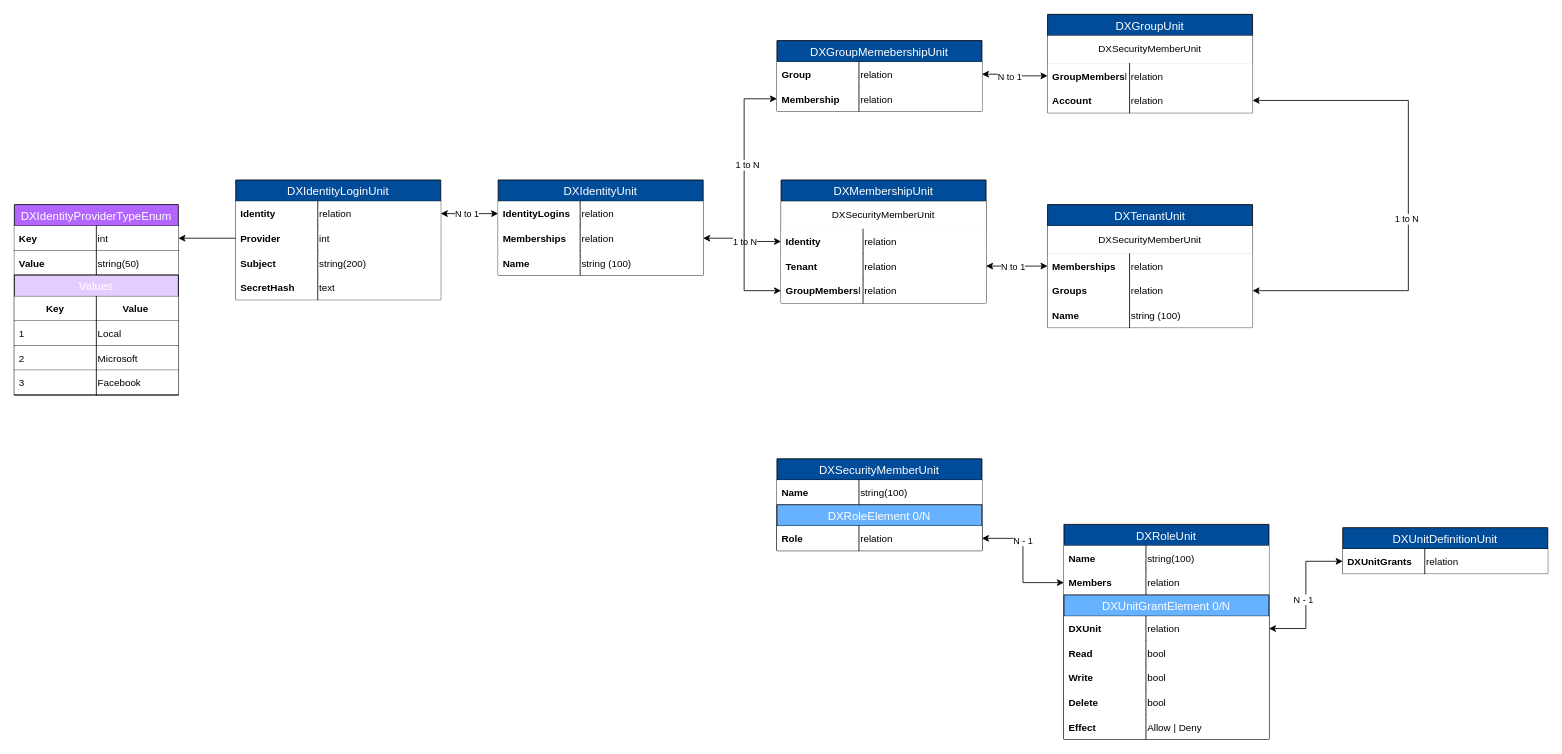
IgnisVitalis/IV.DX keeps this draw.io diagram as page "Page-1" (1 of 2) of diagrams/DXUserDataStructure.drawio. Above is the earlier version. Source tidied: cells renumbered, new cells numbered last; positions are measured from the earlier drawing's top-left corner, leaving out a move shared by most shapes. Both pictures are drawn from the tidied source at 82%, with x=0, y=0 at pixel (14, 14).
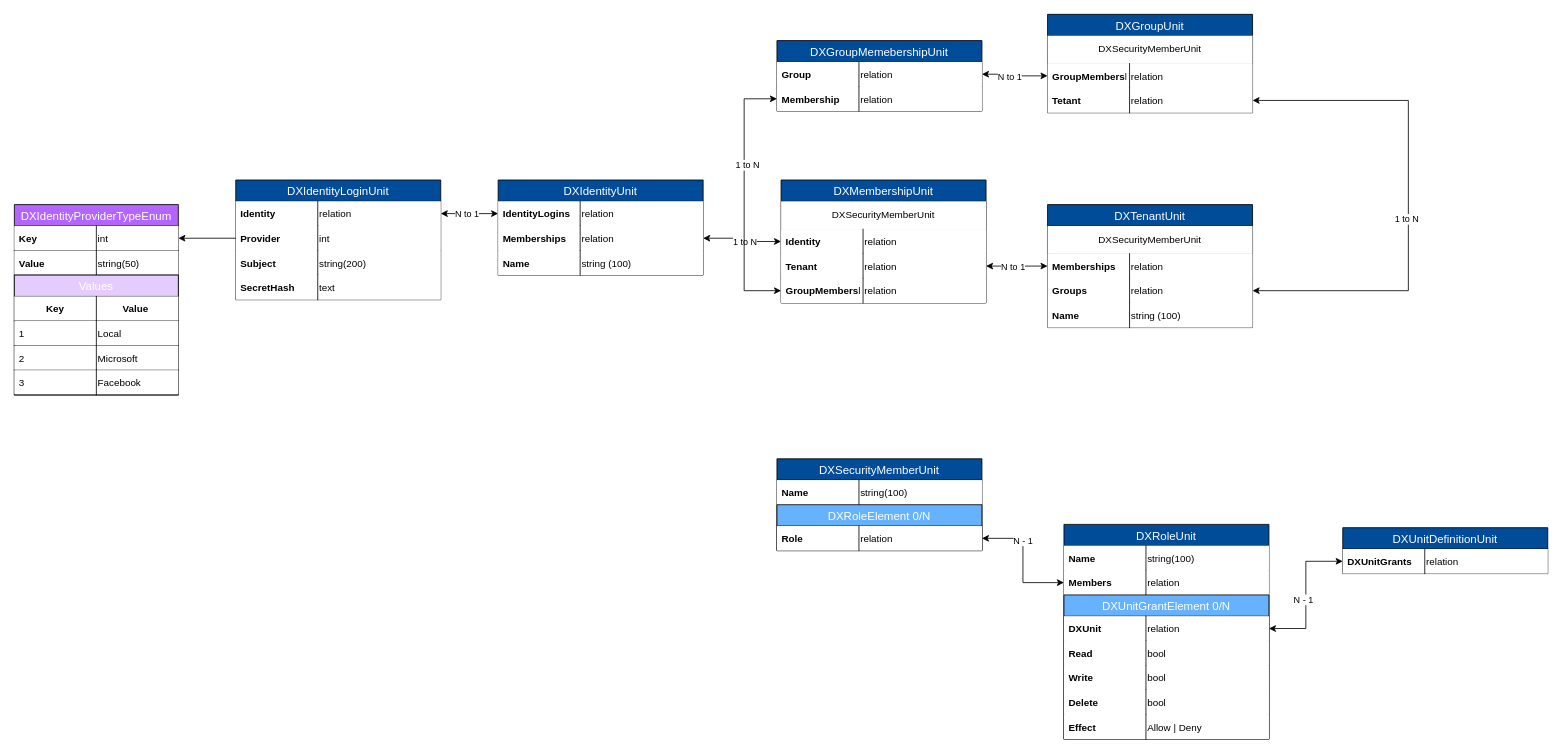
After the change.

The change refers to these unchanged cells:
```xml
<mxCell id="68" value="relation" style="shape=partialRectangle;top=0;left=0;right=0;bottom=1;align=left;verticalAlign=middle;spacingLeft=100;spacingRight=4;overflow=hidden;points=[[0,0.5],[1,0.5]];portConstraint=eastwest;fontStyle=0;fontSize=12;strokeColor=none;" parent="63" vertex="1">
  <mxGeometry y="90" width="250" height="30" as="geometry" />
</mxCell>
```

Change to the diagram source:
```diff
@@
-    <mxCell id="69" value="Account" style="shape=partialRectangle;fontStyle=1;top=0;left=0;bottom=0;fillColor=none;align=left;verticalAlign=middle;spacingLeft=4;spacingRight=4;overflow=hidden;fontSize=12;" parent="68" vertex="1">
+    <mxCell id="69" value="Tetant" style="shape=partialRectangle;fontStyle=1;top=0;left=0;bottom=0;fillColor=none;align=left;verticalAlign=middle;spacingLeft=4;spacingRight=4;overflow=hidden;fontSize=12;" parent="68" vertex="1">
       <mxGeometry width="100" height="30" as="geometry" />
     </mxCell>
```
